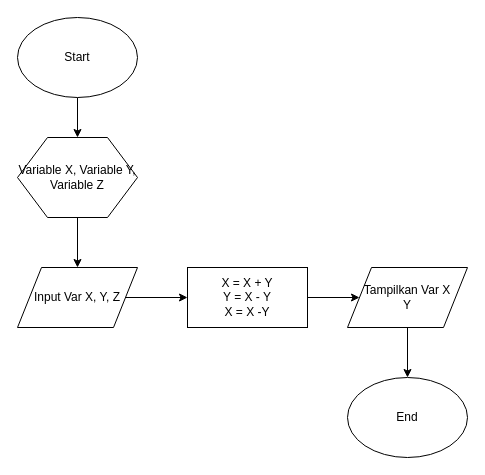
The draw.io diagram QuizPakBro No2.drawio in suryaindra23/belajar, before the edit. Source tidied: cells renumbered, new cells numbered last; positions are measured from the earlier drawing's top-left corner, leaving out a move shared by most shapes. Both pictures are drawn from the tidied source at 100%, with x=0, y=0 at pixel (17, 17).
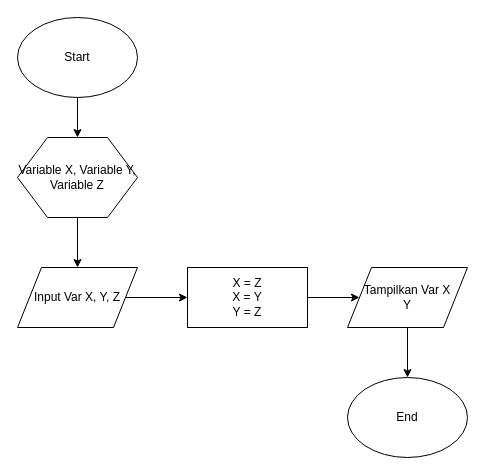
After the change.

Change to the diagram source:
```diff
@@
 <mxGraphModel background="#ffffff">
   <root>
     <mxCell id="0" />
     <mxCell id="1" parent="0" />
     <mxCell id="2" style="edgeStyle=orthogonalEdgeStyle;rounded=0;jettySize=auto;html=1;" parent="1" edge="1" source="3" target="5">
       <mxGeometry relative="1" as="geometry" />
     </mxCell>
     <mxCell id="3" value="Start" style="ellipse;whiteSpace=wrap;html=1;" parent="1" vertex="1">
       <mxGeometry width="120" height="80" as="geometry" />
     </mxCell>
     <mxCell id="4" style="edgeStyle=orthogonalEdgeStyle;rounded=0;jettySize=auto;html=1;" parent="1" edge="1" source="5" target="7">
       <mxGeometry relative="1" as="geometry" />
     </mxCell>
     <mxCell id="5" value="Variable X, Variable Y, Variable Z" style="shape=hexagon;perimeter=hexagonPerimeter2;whiteSpace=wrap;html=1;" parent="1" vertex="1">
       <mxGeometry y="120" width="120" height="80" as="geometry" />
     </mxCell>
     <mxCell id="6" style="edgeStyle=orthogonalEdgeStyle;rounded=0;jettySize=auto;html=1;" parent="1" edge="1" source="7" target="9">
       <mxGeometry relative="1" as="geometry" />
     </mxCell>
     <mxCell id="7" value="Input Var X, Y, Z" style="shape=parallelogram;perimeter=parallelogramPerimeter;whiteSpace=wrap;html=1;" parent="1" vertex="1">
       <mxGeometry y="250" width="120" height="60" as="geometry" />
     </mxCell>
     <mxCell id="8" style="edgeStyle=orthogonalEdgeStyle;rounded=0;jettySize=auto;html=1;" parent="1" edge="1" source="9" target="11">
       <mxGeometry relative="1" as="geometry" />
     </mxCell>
-    <mxCell id="9" value="X = X + Y&lt;br&gt;Y = X - Y&lt;br&gt;X = X -Y" style="rounded=0;whiteSpace=wrap;html=1;" parent="1" vertex="1">
+    <mxCell id="9" value="X = Z&lt;br&gt;X = Y&lt;br&gt;Y = Z" style="rounded=0;whiteSpace=wrap;html=1;" parent="1" vertex="1">
       <mxGeometry x="170" y="250" width="120" height="60" as="geometry" />
     </mxCell>
     <mxCell id="10" style="edgeStyle=orthogonalEdgeStyle;rounded=0;jettySize=auto;html=1;" parent="1" edge="1" source="11" target="12">
       <mxGeometry relative="1" as="geometry" />
     </mxCell>
     <mxCell id="11" value="Tampilkan Var X&lt;br&gt;Y" style="shape=parallelogram;perimeter=parallelogramPerimeter;whiteSpace=wrap;html=1;" parent="1" vertex="1">
       <mxGeometry x="330" y="250" width="120" height="60" as="geometry" />
     </mxCell>
     <mxCell id="12" value="End" style="ellipse;whiteSpace=wrap;html=1;" parent="1" vertex="1">
       <mxGeometry x="330" y="360" width="120" height="80" as="geometry" />
     </mxCell>
   </root>
 </mxGraphModel>
```
